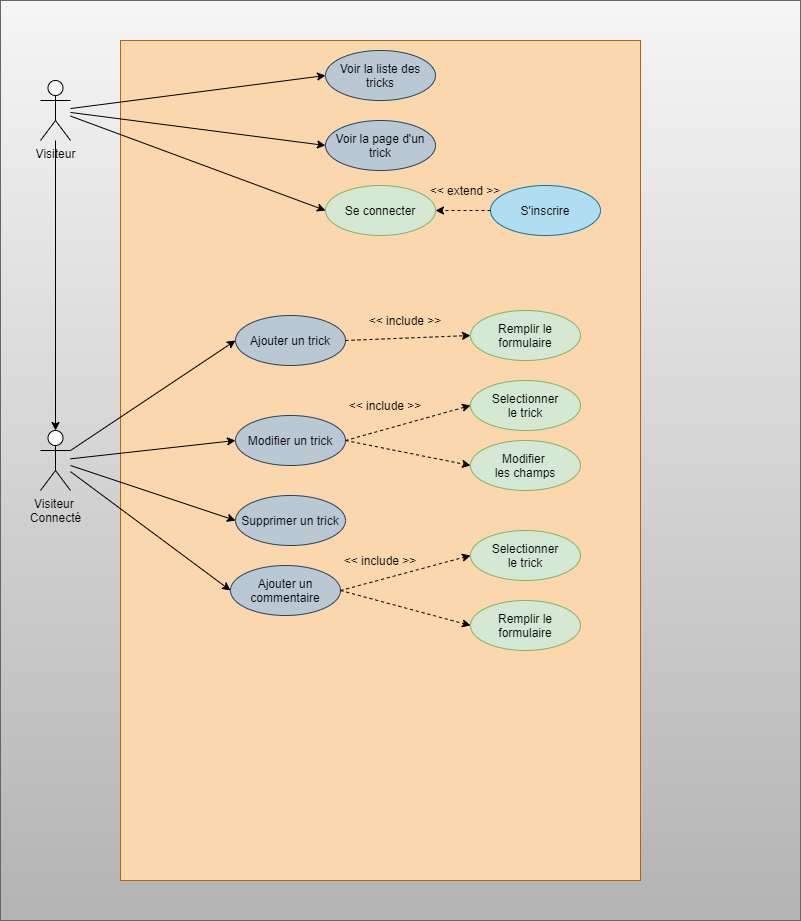
Above: diagram/use_cases/use_case.drawio.png in LFZDavid/SnowTricks (draw.io), before the change. Source tidied: cells renumbered, new cells last; positions are measured from the earlier drawing's top-left corner, leaving out a move shared by most shapes.
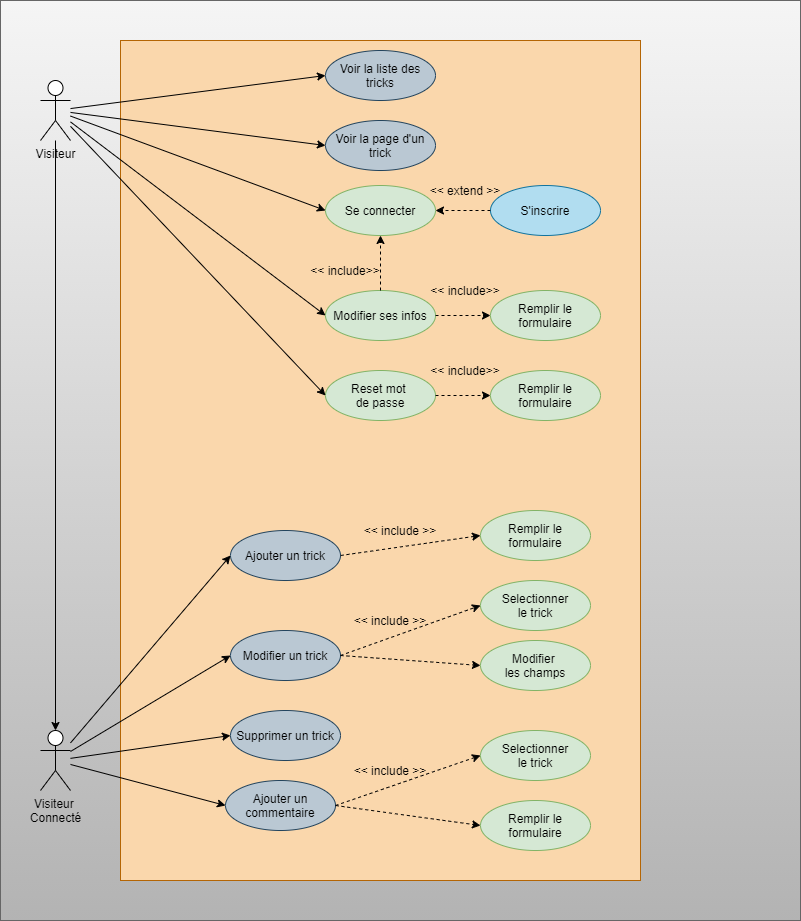
The same file after the commit.

Commit message:
update uml use case

Diff of the diagram source:
```diff
@@ -21,16 +21,16 @@
       <mxGeometry x="325" y="120" width="110" height="50" as="geometry" />
     </mxCell>
     <mxCell id="8" value="Ajouter un trick" style="ellipse;whiteSpace=wrap;html=1;fillColor=#bac8d3;strokeColor=#23445d;fontColor=#000000;" parent="1" vertex="1">
-      <mxGeometry x="235" y="315" width="110" height="50" as="geometry" />
+      <mxGeometry x="230" y="530" width="110" height="50" as="geometry" />
     </mxCell>
     <mxCell id="9" value="Modifier un trick" style="ellipse;whiteSpace=wrap;html=1;fillColor=#bac8d3;strokeColor=#23445d;fontColor=#000000;" parent="1" vertex="1">
-      <mxGeometry x="235" y="415" width="110" height="50" as="geometry" />
+      <mxGeometry x="230" y="630" width="110" height="50" as="geometry" />
     </mxCell>
     <mxCell id="10" value="Supprimer un trick" style="ellipse;whiteSpace=wrap;html=1;fillColor=#bac8d3;strokeColor=#23445d;fontColor=#000000;" parent="1" vertex="1">
-      <mxGeometry x="235" y="495" width="110" height="50" as="geometry" />
+      <mxGeometry x="230" y="710" width="110" height="50" as="geometry" />
     </mxCell>
     <mxCell id="11" value="Ajouter un commentaire" style="ellipse;whiteSpace=wrap;html=1;fillColor=#bac8d3;strokeColor=#23445d;fontColor=#000000;" parent="1" vertex="1">
-      <mxGeometry x="230" y="565" width="110" height="50" as="geometry" />
+      <mxGeometry x="225" y="780" width="110" height="50" as="geometry" />
     </mxCell>
     <mxCell id="12" value="Se connecter" style="ellipse;whiteSpace=wrap;html=1;fillColor=#d5e8d4;strokeColor=#82b366;fontColor=#000000;" parent="1" vertex="1">
       <mxGeometry x="325" y="185" width="110" height="50" as="geometry" />
@@ -42,7 +42,7 @@
       <mxGeometry relative="1" as="geometry" />
     </mxCell>
     <mxCell id="15" value="&lt;font color=&quot;#000000&quot;&gt;Visiteur&amp;nbsp;&lt;br&gt;Connecté&lt;/font&gt;" style="shape=umlActor;verticalLabelPosition=bottom;verticalAlign=top;html=1;outlineConnect=0;strokeColor=#000000;" parent="1" vertex="1">
-      <mxGeometry x="40" y="430" width="30" height="60" as="geometry" />
+      <mxGeometry x="40" y="730" width="30" height="60" as="geometry" />
     </mxCell>
     <mxCell id="16" style="endArrow=classic;html=1;fontColor=#000000;strokeColor=#000000;entryX=0;entryY=0.5;entryDx=0;entryDy=0;" parent="1" edge="1" source="5" target="12">
       <mxGeometry relative="1" as="geometry" />
@@ -75,37 +75,73 @@
       <mxGeometry relative="1" as="geometry" />
     </mxCell>
     <mxCell id="26" value="Remplir le formulaire" style="ellipse;whiteSpace=wrap;html=1;fillColor=#d5e8d4;strokeColor=#82b366;fontColor=#000000;" parent="1" vertex="1">
-      <mxGeometry x="470" y="600" width="110" height="50" as="geometry" />
+      <mxGeometry x="480" y="800" width="110" height="50" as="geometry" />
     </mxCell>
     <mxCell id="27" style="endArrow=classic;html=1;strokeColor=#000000;fontColor=#000000;dashed=1;exitX=1;exitY=0.5;exitDx=0;exitDy=0;entryX=0;entryY=0.5;entryDx=0;entryDy=0;" parent="1" edge="1" source="9" target="32">
       <mxGeometry relative="1" as="geometry" />
     </mxCell>
     <mxCell id="28" value="Selectionner&lt;br&gt;le trick" style="ellipse;whiteSpace=wrap;html=1;fillColor=#d5e8d4;strokeColor=#82b366;fontColor=#000000;" parent="1" vertex="1">
-      <mxGeometry x="470" y="530" width="110" height="50" as="geometry" />
+      <mxGeometry x="480" y="730" width="110" height="50" as="geometry" />
     </mxCell>
     <mxCell id="29" style="endArrow=classic;html=1;strokeColor=#000000;fontColor=#000000;dashed=1;exitX=1;exitY=0.5;exitDx=0;exitDy=0;entryX=0;entryY=0.5;entryDx=0;entryDy=0;" parent="1" edge="1" source="11" target="28">
       <mxGeometry relative="1" as="geometry" />
     </mxCell>
     <mxCell id="30" value="Remplir le formulaire" style="ellipse;whiteSpace=wrap;html=1;fillColor=#d5e8d4;strokeColor=#82b366;fontColor=#000000;" parent="1" vertex="1">
-      <mxGeometry x="470" y="310" width="110" height="50" as="geometry" />
+      <mxGeometry x="480" y="510" width="110" height="50" as="geometry" />
     </mxCell>
     <mxCell id="31" value="Selectionner&lt;br&gt;le trick" style="ellipse;whiteSpace=wrap;html=1;fillColor=#d5e8d4;strokeColor=#82b366;fontColor=#000000;" parent="1" vertex="1">
-      <mxGeometry x="470" y="380" width="110" height="50" as="geometry" />
+      <mxGeometry x="480" y="580" width="110" height="50" as="geometry" />
     </mxCell>
     <mxCell id="32" value="Modifier &lt;br&gt;les champs" style="ellipse;whiteSpace=wrap;html=1;fillColor=#d5e8d4;strokeColor=#82b366;fontColor=#000000;" parent="1" vertex="1">
-      <mxGeometry x="470" y="440" width="110" height="50" as="geometry" />
+      <mxGeometry x="480" y="640" width="110" height="50" as="geometry" />
     </mxCell>
     <mxCell id="33" value="&lt;font color=&quot;#000000&quot;&gt;&amp;lt;&amp;lt; extend &amp;gt;&amp;gt;&lt;/font&gt;" style="text;html=1;strokeColor=none;fillColor=none;align=center;verticalAlign=middle;whiteSpace=wrap;rounded=0;" parent="1" vertex="1">
       <mxGeometry x="420" y="180" width="90" height="20" as="geometry" />
     </mxCell>
     <mxCell id="34" value="&lt;font color=&quot;#000000&quot;&gt;&amp;lt;&amp;lt; include &amp;gt;&amp;gt;&lt;/font&gt;" style="text;html=1;strokeColor=none;fillColor=none;align=center;verticalAlign=middle;whiteSpace=wrap;rounded=0;" parent="1" vertex="1">
-      <mxGeometry x="360" y="310" width="90" height="20" as="geometry" />
+      <mxGeometry x="355" y="520" width="90" height="20" as="geometry" />
     </mxCell>
     <mxCell id="35" value="&lt;font color=&quot;#000000&quot;&gt;&amp;lt;&amp;lt; include &amp;gt;&amp;gt;&lt;/font&gt;" style="text;html=1;strokeColor=none;fillColor=none;align=center;verticalAlign=middle;whiteSpace=wrap;rounded=0;" parent="1" vertex="1">
-      <mxGeometry x="340" y="395" width="90" height="20" as="geometry" />
+      <mxGeometry x="345" y="610" width="90" height="20" as="geometry" />
     </mxCell>
     <mxCell id="36" value="&lt;font color=&quot;#000000&quot;&gt;&amp;lt;&amp;lt; include &amp;gt;&amp;gt;&lt;/font&gt;" style="text;html=1;strokeColor=none;fillColor=none;align=center;verticalAlign=middle;whiteSpace=wrap;rounded=0;" parent="1" vertex="1">
-      <mxGeometry x="335" y="550" width="90" height="20" as="geometry" />
+      <mxGeometry x="345" y="760" width="90" height="20" as="geometry" />
     </mxCell>
+    <mxCell id="37" style="endArrow=classic;html=1;fontColor=#000000;strokeColor=#000000;entryX=0;entryY=0.5;entryDx=0;entryDy=0;" parent="1" edge="1" source="5" target="38">
+      <mxGeometry relative="1" as="geometry" />
+    </mxCell>
+    <mxCell id="38" value="Modifier ses infos" style="ellipse;whiteSpace=wrap;html=1;fillColor=#d5e8d4;strokeColor=#82b366;fontColor=#000000;" parent="1" vertex="1">
+      <mxGeometry x="325" y="290" width="110" height="50" as="geometry" />
+    </mxCell>
+    <mxCell id="39" value="&lt;font color=&quot;#000000&quot;&gt;&amp;lt;&amp;lt; include&amp;gt;&amp;gt;&lt;/font&gt;" style="text;html=1;strokeColor=none;fillColor=none;align=center;verticalAlign=middle;whiteSpace=wrap;rounded=0;" parent="1" vertex="1">
+      <mxGeometry x="300" y="260" width="90" height="20" as="geometry" />
+    </mxCell>
+    <mxCell id="40" style="endArrow=classic;html=1;strokeColor=#000000;fontColor=#000000;dashed=1;" parent="1" edge="1" source="38" target="12">
+      <mxGeometry relative="1" as="geometry" />
+    </mxCell>
+    <mxCell id="41" value="Remplir le formulaire" style="ellipse;whiteSpace=wrap;html=1;fillColor=#d5e8d4;strokeColor=#82b366;fontColor=#000000;" parent="1" vertex="1">
+      <mxGeometry x="490" y="290" width="110" height="50" as="geometry" />
+    </mxCell>
+    <mxCell id="42" style="endArrow=classic;html=1;strokeColor=#000000;fontColor=#000000;dashed=1;" parent="1" edge="1" source="38" target="41">
+      <mxGeometry relative="1" as="geometry" />
+    </mxCell>
+    <mxCell id="43" value="&lt;font color=&quot;#000000&quot;&gt;&amp;lt;&amp;lt; include&amp;gt;&amp;gt;&lt;/font&gt;" style="text;html=1;strokeColor=none;fillColor=none;align=center;verticalAlign=middle;whiteSpace=wrap;rounded=0;" parent="1" vertex="1">
+      <mxGeometry x="420" y="280" width="90" height="20" as="geometry" />
+    </mxCell>
+    <mxCell id="44" value="Reset mot &lt;br&gt;de passe" style="ellipse;whiteSpace=wrap;html=1;fillColor=#d5e8d4;strokeColor=#82b366;fontColor=#000000;" parent="1" vertex="1">
+      <mxGeometry x="325" y="370" width="110" height="50" as="geometry" />
+    </mxCell>
+    <mxCell id="45" style="endArrow=classic;html=1;fontColor=#000000;strokeColor=#000000;entryX=0;entryY=0.5;entryDx=0;entryDy=0;" parent="1" edge="1" source="5" target="44">
+      <mxGeometry relative="1" as="geometry" />
+    </mxCell>
+    <mxCell id="46" value="Remplir le formulaire" style="ellipse;whiteSpace=wrap;html=1;fillColor=#d5e8d4;strokeColor=#82b366;fontColor=#000000;" parent="1" vertex="1">
+      <mxGeometry x="490" y="370" width="110" height="50" as="geometry" />
+    </mxCell>
+    <mxCell id="47" style="endArrow=classic;html=1;strokeColor=#000000;fontColor=#000000;dashed=1;exitX=1;exitY=0.5;exitDx=0;exitDy=0;" parent="1" edge="1" source="44" target="46">
+      <mxGeometry relative="1" as="geometry" />
+    </mxCell>
+    <mxCell id="48" value="&lt;font color=&quot;#000000&quot;&gt;&amp;lt;&amp;lt; include&amp;gt;&amp;gt;&lt;/font&gt;" style="text;html=1;strokeColor=none;fillColor=none;align=center;verticalAlign=middle;whiteSpace=wrap;rounded=0;" parent="1" vertex="1">
+      <mxGeometry x="420" y="360" width="90" height="20" as="geometry" />
+    </mxCell>
   </root>
 </mxGraphModel>
```
